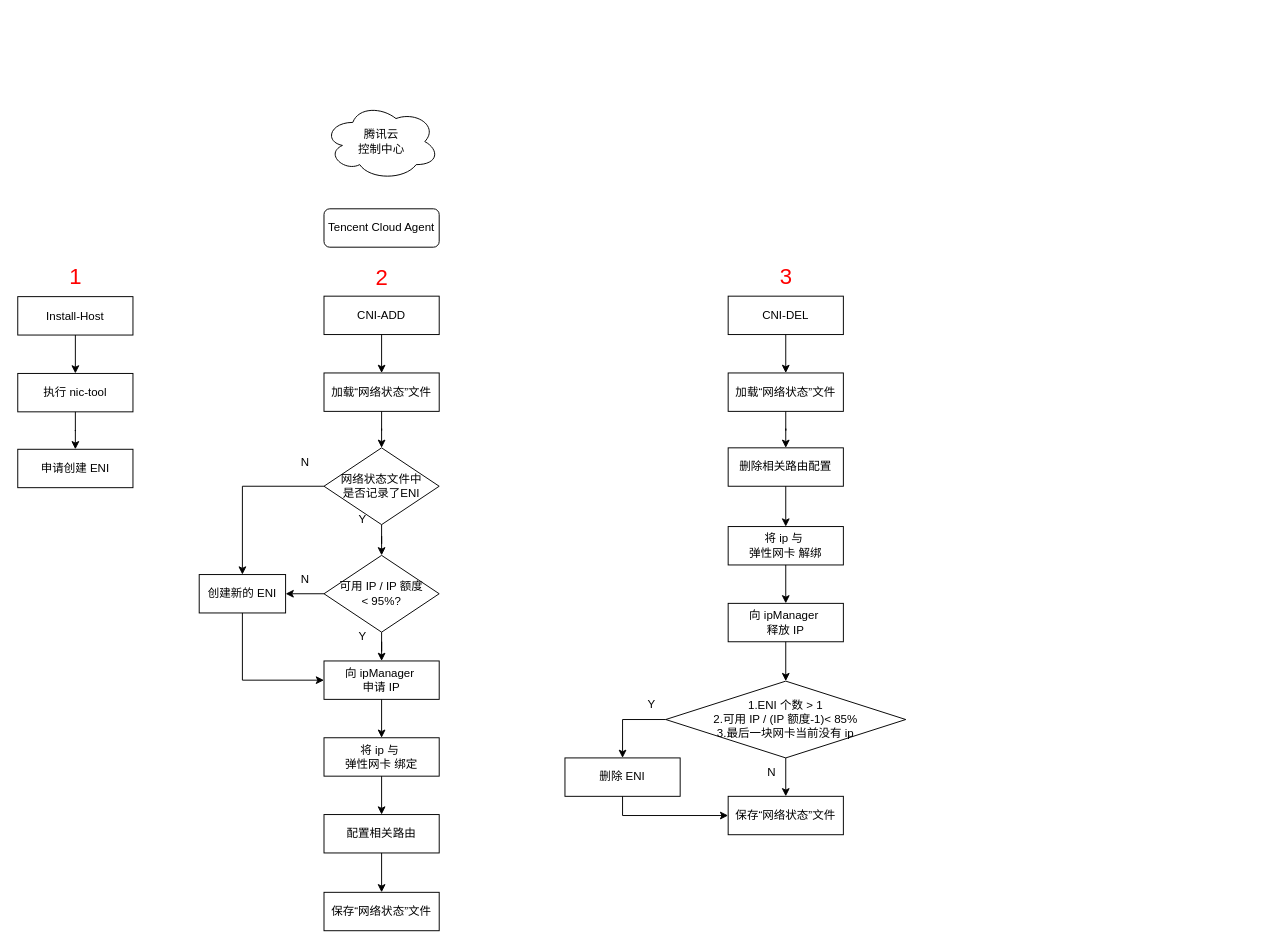
Above: cni-eni.drawio in cityofwang/beats (draw.io), before the change. Source tidied: cells renumbered, new cells numbered last; positions are measured from the earlier drawing's top-left corner, leaving out a move shared by most shapes. Both pictures are drawn from the tidied source at 96%, with x=0, y=0 at pixel (17, 103).
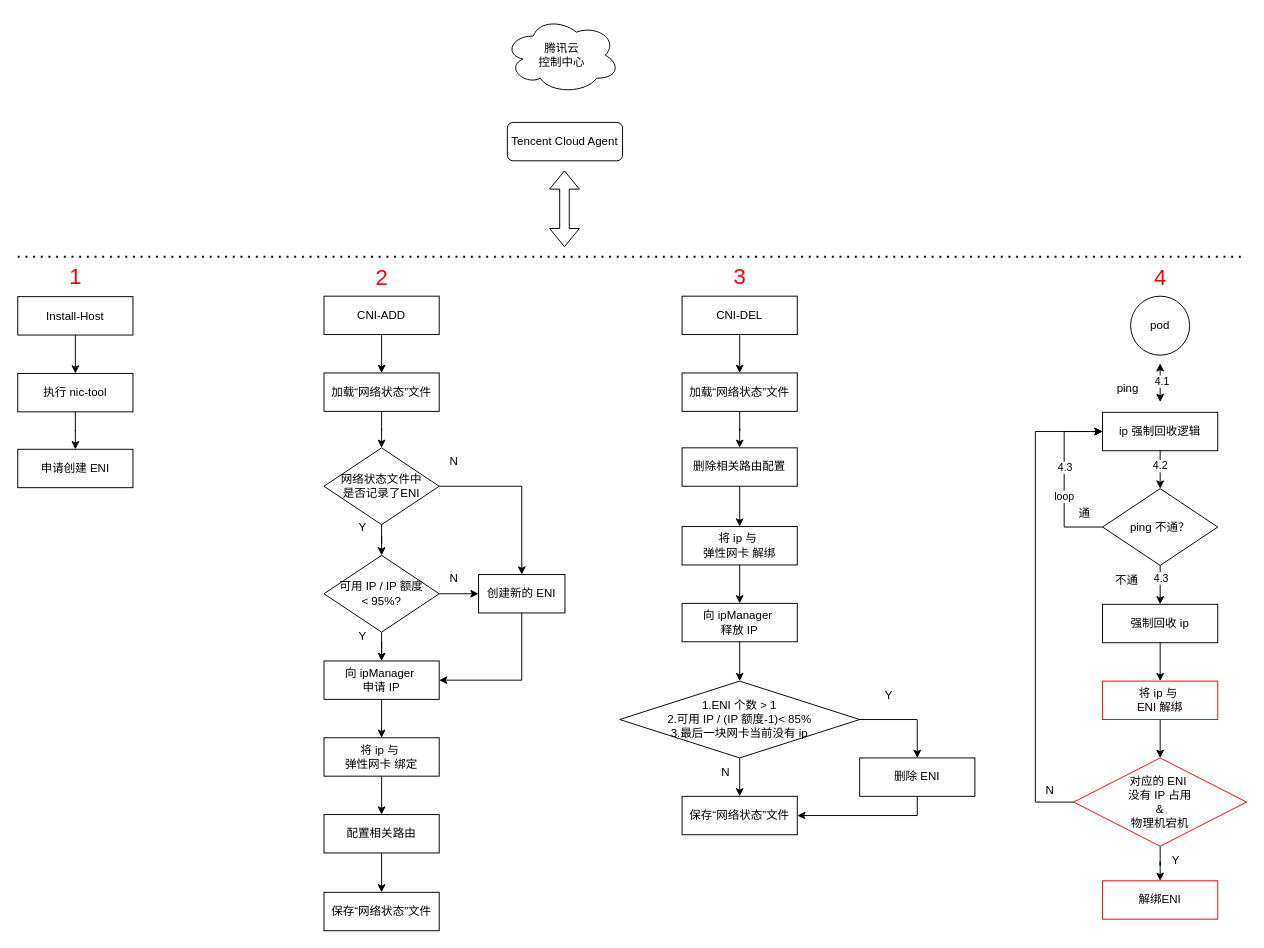
The same page after the edit.

The change refers to these unchanged cells:
```xml
<mxCell id="20" value="向 ipManager&amp;nbsp;&lt;div&gt;申请 IP&lt;/div&gt;" style="rounded=0;whiteSpace=wrap;html=1;fillColor=none;" parent="1" vertex="1">
  <mxGeometry x="319" y="581" width="120" height="40" as="geometry" />
</mxCell>
```

Diff of the diagram source:
```diff
@@
     <mxCell id="7" value="CNI-DEL" style="rounded=0;whiteSpace=wrap;html=1;fillColor=none;" parent="1" vertex="1">
-      <mxGeometry x="740" y="201" width="120" height="40" as="geometry" />
+      <mxGeometry x="692" y="201" width="120" height="40" as="geometry" />
     </mxCell>
-    <mxCell id="8" style="edgeStyle=orthogonalEdgeStyle;rounded=0;jettySize=auto;html=1;entryX=0;entryY=0.5;entryDx=0;entryDy=0;exitX=0.5;exitY=1;exitDx=0;exitDy=0;" parent="1" edge="1" source="9" target="20">
+    <mxCell id="8" style="edgeStyle=orthogonalEdgeStyle;rounded=0;jettySize=auto;html=1;entryX=1;entryY=0.5;entryDx=0;entryDy=0;exitX=0.5;exitY=1;exitDx=0;exitDy=0;" parent="1" edge="1" source="9" target="20">
       <mxGeometry relative="1" as="geometry" />
     </mxCell>
     <mxCell id="9" value="创建新的 ENI" style="rounded=0;whiteSpace=wrap;html=1;fillColor=none;" parent="1" vertex="1">
-      <mxGeometry x="189" y="491" width="90" height="40" as="geometry" />
+      <mxGeometry x="480" y="491" width="90" height="40" as="geometry" />
     </mxCell>
@@
     <mxCell id="13" value="Y" style="text;html=1;align=center;verticalAlign=middle;strokeColor=none;fillColor=none;" parent="1" vertex="1">
-      <mxGeometry x="344" y="419" width="30" height="30" as="geometry" />
+      <mxGeometry x="344" y="426.5" width="30" height="30" as="geometry" />
     </mxCell>
@@
     <mxCell id="18" value="N" style="text;html=1;align=center;verticalAlign=middle;strokeColor=none;fillColor=none;" parent="1" vertex="1">
-      <mxGeometry x="284" y="359" width="30" height="30" as="geometry" />
+      <mxGeometry x="439" y="358" width="30" height="30" as="geometry" />
     </mxCell>
@@
     <mxCell id="25" value="N" style="text;html=1;align=center;verticalAlign=middle;strokeColor=none;fillColor=none;" parent="1" vertex="1">
-      <mxGeometry x="284" y="481" width="30" height="30" as="geometry" />
+      <mxGeometry x="439" y="480" width="30" height="30" as="geometry" />
     </mxCell>
@@
     <mxCell id="27" value="加载“网络状态”文件" style="rounded=0;whiteSpace=wrap;html=1;fillColor=none;" parent="1" vertex="1">
-      <mxGeometry x="740" y="281" width="120" height="40" as="geometry" />
+      <mxGeometry x="692" y="281" width="120" height="40" as="geometry" />
     </mxCell>
@@
     <mxCell id="29" value="删除相关路由配置" style="rounded=0;whiteSpace=wrap;html=1;fillColor=none;" parent="1" vertex="1">
-      <mxGeometry x="740" y="359" width="120" height="40" as="geometry" />
+      <mxGeometry x="692" y="359" width="120" height="40" as="geometry" />
     </mxCell>
@@
     <mxCell id="31" value="将 ip 与&amp;nbsp;&lt;div&gt;&lt;span style=&quot;background-color: initial;&quot;&gt;弹性网卡&amp;nbsp;&lt;/span&gt;解绑&lt;/div&gt;" style="rounded=0;whiteSpace=wrap;html=1;fillColor=none;" parent="1" vertex="1">
-      <mxGeometry x="740" y="441" width="120" height="40" as="geometry" />
+      <mxGeometry x="692" y="441" width="120" height="40" as="geometry" />
     </mxCell>
@@
     <mxCell id="33" value="向 ipManager&amp;nbsp;&lt;div&gt;释放 IP&lt;/div&gt;" style="rounded=0;whiteSpace=wrap;html=1;fillColor=none;" parent="1" vertex="1">
-      <mxGeometry x="740" y="521" width="120" height="40" as="geometry" />
+      <mxGeometry x="692" y="521" width="120" height="40" as="geometry" />
     </mxCell>
-    <mxCell id="34" style="edgeStyle=orthogonalEdgeStyle;rounded=0;jettySize=auto;html=1;exitX=0;exitY=0.5;exitDx=0;exitDy=0;" parent="1" edge="1" source="36" target="38">
+    <mxCell id="34" style="edgeStyle=orthogonalEdgeStyle;rounded=0;jettySize=auto;html=1;exitX=1;exitY=0.5;exitDx=0;exitDy=0;" parent="1" edge="1" source="36" target="38">
       <mxGeometry relative="1" as="geometry" />
     </mxCell>
@@
     <mxCell id="36" value="&lt;div&gt;&lt;span style=&quot;background-color: initial;&quot;&gt;1.ENI 个数 &amp;gt; 1&lt;/span&gt;&lt;/div&gt;&lt;div&gt;&lt;span style=&quot;background-color: initial;&quot;&gt;2.可用 IP / (IP 额度-1)&lt;/span&gt;&lt;span style=&quot;background-color: initial;&quot;&gt;&amp;lt; 85%&lt;/span&gt;&lt;/div&gt;&lt;div&gt;&lt;span style=&quot;background-color: initial;&quot;&gt;3.&lt;/span&gt;&lt;span style=&quot;background-color: initial;&quot;&gt;最后一块网卡当前没有 ip&lt;/span&gt;&lt;/div&gt;" style="rhombus;whiteSpace=wrap;html=1;fillColor=none;align=center;" parent="1" vertex="1">
-      <mxGeometry x="675" y="602" width="250" height="80" as="geometry" />
+      <mxGeometry x="627" y="602" width="250" height="80" as="geometry" />
     </mxCell>
-    <mxCell id="37" style="edgeStyle=orthogonalEdgeStyle;rounded=0;jettySize=auto;html=1;entryX=0;entryY=0.5;entryDx=0;entryDy=0;exitX=0.5;exitY=1;exitDx=0;exitDy=0;" parent="1" edge="1" source="38" target="40">
+    <mxCell id="37" style="edgeStyle=orthogonalEdgeStyle;rounded=0;jettySize=auto;html=1;exitX=0.5;exitY=1;exitDx=0;exitDy=0;" parent="1" edge="1" source="38" target="40">
       <mxGeometry relative="1" as="geometry" />
     </mxCell>
     <mxCell id="38" value="删除 ENI" style="rounded=0;whiteSpace=wrap;html=1;fillColor=none;" parent="1" vertex="1">
-      <mxGeometry x="570" y="682" width="120" height="40" as="geometry" />
+      <mxGeometry x="877" y="682" width="120" height="40" as="geometry" />
     </mxCell>
@@
     <mxCell id="40" value="保存“网络状态”文件" style="rounded=0;whiteSpace=wrap;html=1;fillColor=none;" parent="1" vertex="1">
-      <mxGeometry x="740" y="722" width="120" height="40" as="geometry" />
+      <mxGeometry x="692" y="722" width="120" height="40" as="geometry" />
     </mxCell>
     <mxCell id="41" value="Y" style="text;html=1;align=center;verticalAlign=middle;strokeColor=none;fillColor=none;" parent="1" vertex="1">
-      <mxGeometry x="645" y="612" width="30" height="30" as="geometry" />
+      <mxGeometry x="892" y="602" width="30" height="30" as="geometry" />
     </mxCell>
     <mxCell id="42" value="N" style="text;html=1;align=center;verticalAlign=middle;strokeColor=none;fillColor=none;" parent="1" vertex="1">
-      <mxGeometry x="770" y="682" width="30" height="30" as="geometry" />
+      <mxGeometry x="722" y="682" width="30" height="30" as="geometry" />
     </mxCell>
@@
     <mxCell id="48" value="腾讯云&lt;div&gt;控制中心&lt;/div&gt;" style="ellipse;shape=cloud;whiteSpace=wrap;html=1;" parent="1" vertex="1">
-      <mxGeometry x="319" width="120" height="80" as="geometry" />
+      <mxGeometry x="507" y="-90" width="120" height="80" as="geometry" />
     </mxCell>
     <mxCell id="49" value="Tencent Cloud Agent" style="rounded=1;whiteSpace=wrap;html=1;fillColor=none;" parent="1" vertex="1">
-      <mxGeometry x="319" y="110" width="120" height="40" as="geometry" />
+      <mxGeometry x="510" y="20" width="120" height="40" as="geometry" />
     </mxCell>
@@
     <mxCell id="52" value="&lt;font color=&quot;#ff0000&quot;&gt;&lt;span style=&quot;font-size: 23px;&quot;&gt;3&lt;/span&gt;&lt;/font&gt;" style="text;html=1;align=center;verticalAlign=middle;strokeColor=none;fillColor=none;" parent="1" vertex="1">
-      <mxGeometry x="780" y="161" width="40" height="40" as="geometry" />
+      <mxGeometry x="732" y="161" width="40" height="40" as="geometry" />
     </mxCell>
+    <mxCell id="53" style="edgeStyle=orthogonalEdgeStyle;rounded=0;jettySize=auto;html=1;entryX=0.5;entryY=0;entryDx=0;entryDy=0;" parent="1" edge="1" source="55" target="62">
+      <mxGeometry relative="1" as="geometry" />
+    </mxCell>
+    <mxCell id="54" value="4.2" style="edgeLabel;html=1;align=center;verticalAlign=middle;" parent="53" vertex="1">
+      <mxGeometry x="-0.26" y="-1" relative="1" as="geometry" />
+    </mxCell>
+    <mxCell id="55" value="ip 强制回收逻辑" style="rounded=0;whiteSpace=wrap;html=1;fillColor=none;" parent="1" vertex="1">
+      <mxGeometry x="1130" y="322" width="120" height="40" as="geometry" />
+    </mxCell>
+    <mxCell id="56" value="pod" style="ellipse;whiteSpace=wrap;html=1;fillColor=none;" parent="1" vertex="1">
+      <mxGeometry x="1159.2" y="201" width="61.5" height="61.5" as="geometry" />
+    </mxCell>
+    <mxCell id="57" style="edgeStyle=orthogonalEdgeStyle;rounded=0;jettySize=auto;html=1;entryX=0.5;entryY=0;entryDx=0;entryDy=0;" parent="1" edge="1" source="62" target="64">
+      <mxGeometry relative="1" as="geometry" />
+    </mxCell>
+    <mxCell id="58" value="4.3" style="edgeLabel;html=1;align=center;verticalAlign=middle;" parent="57" vertex="1">
+      <mxGeometry x="-0.45" relative="1" as="geometry">
+        <mxPoint y="2" as="offset" />
+      </mxGeometry>
+    </mxCell>
+    <mxCell id="59" style="edgeStyle=orthogonalEdgeStyle;rounded=0;jettySize=auto;html=1;entryX=0;entryY=0.5;entryDx=0;entryDy=0;exitX=0;exitY=0.5;exitDx=0;exitDy=0;" parent="1" edge="1" source="62" target="55">
+      <mxGeometry relative="1" as="geometry">
+        <Array as="points">
+          <mxPoint x="1090" y="442" />
+          <mxPoint x="1090" y="342" />
+        </Array>
+      </mxGeometry>
+    </mxCell>
+    <mxCell id="60" value="loop" style="edgeLabel;html=1;align=center;verticalAlign=middle;" parent="59" vertex="1">
+      <mxGeometry x="0.07" y="1" relative="1" as="geometry">
+        <mxPoint y="24" as="offset" />
+      </mxGeometry>
+    </mxCell>
+    <mxCell id="61" value="4.3" style="edgeLabel;html=1;align=center;verticalAlign=middle;" parent="59" vertex="1">
+      <mxGeometry x="0.39" y="-2" relative="1" as="geometry">
+        <mxPoint x="-2" y="23" as="offset" />
+      </mxGeometry>
+    </mxCell>
+    <mxCell id="62" value="&lt;div&gt;ping 不通？&lt;/div&gt;" style="rhombus;whiteSpace=wrap;html=1;fillColor=none;" parent="1" vertex="1">
+      <mxGeometry x="1130" y="401.5" width="120" height="80" as="geometry" />
+    </mxCell>
+    <mxCell id="63" style="edgeStyle=orthogonalEdgeStyle;rounded=0;jettySize=auto;html=1;entryX=0.5;entryY=0;entryDx=0;entryDy=0;" parent="1" edge="1" source="64" target="71">
+      <mxGeometry relative="1" as="geometry" />
+    </mxCell>
+    <mxCell id="64" value="强制回收 ip" style="rounded=0;whiteSpace=wrap;html=1;fillColor=none;" parent="1" vertex="1">
+      <mxGeometry x="1130" y="522" width="120" height="40" as="geometry" />
+    </mxCell>
+    <mxCell id="65" style="endArrow=classic;startArrow=classic;html=1;rounded=0;" parent="1" edge="1">
+      <mxGeometry relative="1" as="geometry">
+        <mxPoint x="1190" y="311.2" as="sourcePoint" />
+        <mxPoint x="1190" y="271" as="targetPoint" />
+      </mxGeometry>
+    </mxCell>
+    <mxCell id="66" value="4.1" style="edgeLabel;html=1;align=center;verticalAlign=middle;" parent="65" vertex="1">
+      <mxGeometry x="0.08" y="-1" relative="1" as="geometry" />
+    </mxCell>
+    <mxCell id="67" value="ping" style="text;html=1;align=center;verticalAlign=middle;strokeColor=none;fillColor=none;" parent="1" vertex="1">
+      <mxGeometry x="1131" y="282" width="50" height="30" as="geometry" />
+    </mxCell>
+    <mxCell id="68" value="不通" style="text;html=1;align=center;verticalAlign=middle;strokeColor=none;fillColor=none;" parent="1" vertex="1">
+      <mxGeometry x="1130" y="481.5" width="50" height="30" as="geometry" />
+    </mxCell>
+    <mxCell id="69" value="通" style="text;html=1;align=center;verticalAlign=middle;strokeColor=none;fillColor=none;" parent="1" vertex="1">
+      <mxGeometry x="1091" y="412.5" width="40" height="30" as="geometry" />
+    </mxCell>
+    <mxCell id="70" style="edgeStyle=orthogonalEdgeStyle;rounded=0;jettySize=auto;html=1;entryX=0.5;entryY=0;entryDx=0;entryDy=0;" parent="1" edge="1" source="71" target="75">
+      <mxGeometry relative="1" as="geometry" />
+    </mxCell>
+    <mxCell id="71" value="将 ip 与&amp;nbsp;&lt;div&gt;&lt;span style=&quot;background-color: initial;&quot;&gt;ENI&amp;nbsp;&lt;/span&gt;解绑&lt;/div&gt;" style="rounded=0;whiteSpace=wrap;html=1;fillColor=none;strokeColor=#FF0000;" parent="1" vertex="1">
+      <mxGeometry x="1130" y="602" width="120" height="40" as="geometry" />
+    </mxCell>
+    <mxCell id="72" value="解绑ENI" style="rounded=0;whiteSpace=wrap;html=1;fillColor=none;strokeColor=#FF0000;" parent="1" vertex="1">
+      <mxGeometry x="1130" y="810" width="120" height="40" as="geometry" />
+    </mxCell>
+    <mxCell id="73" style="edgeStyle=orthogonalEdgeStyle;rounded=0;jettySize=auto;html=1;entryX=0.5;entryY=0;entryDx=0;entryDy=0;" parent="1" edge="1" source="75" target="72">
+      <mxGeometry relative="1" as="geometry" />
+    </mxCell>
+    <mxCell id="74" style="edgeStyle=orthogonalEdgeStyle;rounded=0;jettySize=auto;html=1;entryX=0;entryY=0.5;entryDx=0;entryDy=0;exitX=0;exitY=0.5;exitDx=0;exitDy=0;" parent="1" edge="1" source="75" target="55">
+      <mxGeometry relative="1" as="geometry">
+        <Array as="points">
+          <mxPoint x="1060" y="728" />
+          <mxPoint x="1060" y="342" />
+        </Array>
+      </mxGeometry>
+    </mxCell>
+    <mxCell id="75" value="对应的 ENI&amp;nbsp;&lt;div&gt;没有 IP 占用&lt;div&gt;&amp;amp;&lt;div&gt;物理机宕机&lt;/div&gt;&lt;/div&gt;&lt;/div&gt;" style="rhombus;whiteSpace=wrap;html=1;fillColor=none;strokeColor=#FF0000;" parent="1" vertex="1">
+      <mxGeometry x="1100" y="682" width="180" height="92" as="geometry" />
+    </mxCell>
+    <mxCell id="76" value="&lt;font color=&quot;#ff0000&quot;&gt;&lt;span style=&quot;font-size: 23px;&quot;&gt;4&lt;/span&gt;&lt;/font&gt;" style="text;html=1;align=center;verticalAlign=middle;strokeColor=none;fillColor=none;" parent="1" vertex="1">
+      <mxGeometry x="1170" y="161.5" width="40" height="40" as="geometry" />
+    </mxCell>
+    <mxCell id="77" style="shape=flexArrow;endArrow=classic;startArrow=classic;html=1;rounded=0;" parent="1" edge="1">
+      <mxGeometry relative="1" as="geometry">
+        <mxPoint x="569.5" y="150" as="sourcePoint" />
+        <mxPoint x="569.5" y="70" as="targetPoint" />
+      </mxGeometry>
+    </mxCell>
+    <mxCell id="78" value="Y" style="text;html=1;align=center;verticalAlign=middle;strokeColor=none;fillColor=none;" parent="1" vertex="1">
+      <mxGeometry x="1190.8" y="774" width="30" height="30" as="geometry" />
+    </mxCell>
+    <mxCell id="79" value="N" style="text;html=1;align=center;verticalAlign=middle;strokeColor=none;fillColor=none;" parent="1" vertex="1">
+      <mxGeometry x="1060" y="701" width="30" height="30" as="geometry" />
+    </mxCell>
+    <mxCell id="80" style="endArrow=none;dashed=1;html=1;dashPattern=1 3;strokeWidth=2;rounded=0;" parent="1" edge="1">
+      <mxGeometry relative="1" as="geometry">
+        <mxPoint y="160" as="sourcePoint" />
+        <mxPoint x="1280" y="160" as="targetPoint" />
+      </mxGeometry>
+    </mxCell>
```
